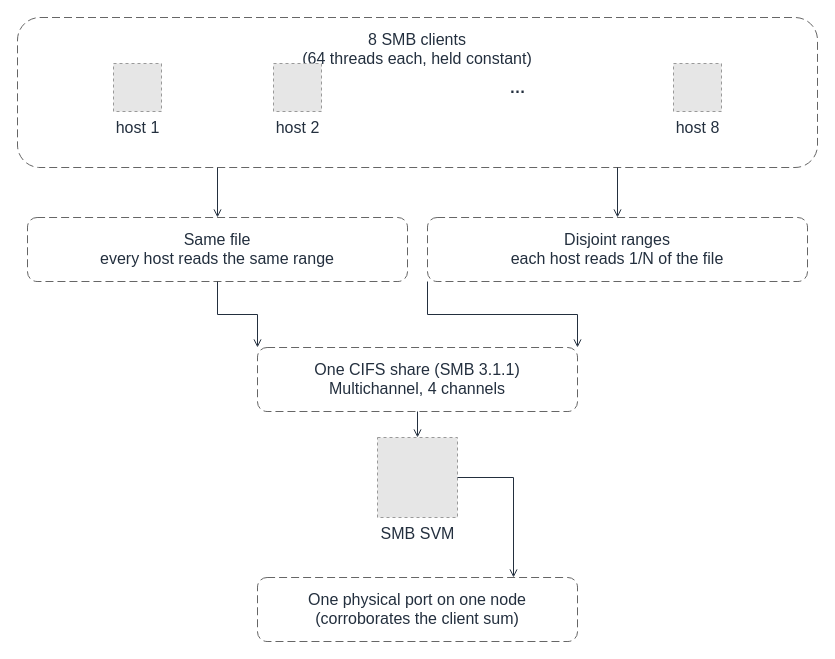
Yoshiki0705/S3-Burst-on-ONTAP-Files keeps this draw.io diagram as docs/_assets/diagrams/s3burst-host-count-en.drawio. Above is the earlier version. Source tidied: cells renumbered, new cells numbered last; positions are measured from the earlier drawing's top-left corner, leaving out a move shared by most shapes. Both pictures are drawn from the tidied source at 100%, with x=0, y=0 at pixel (17, 17). Pictures stored in the file or linked from it are replaced by grey dashed boxes.
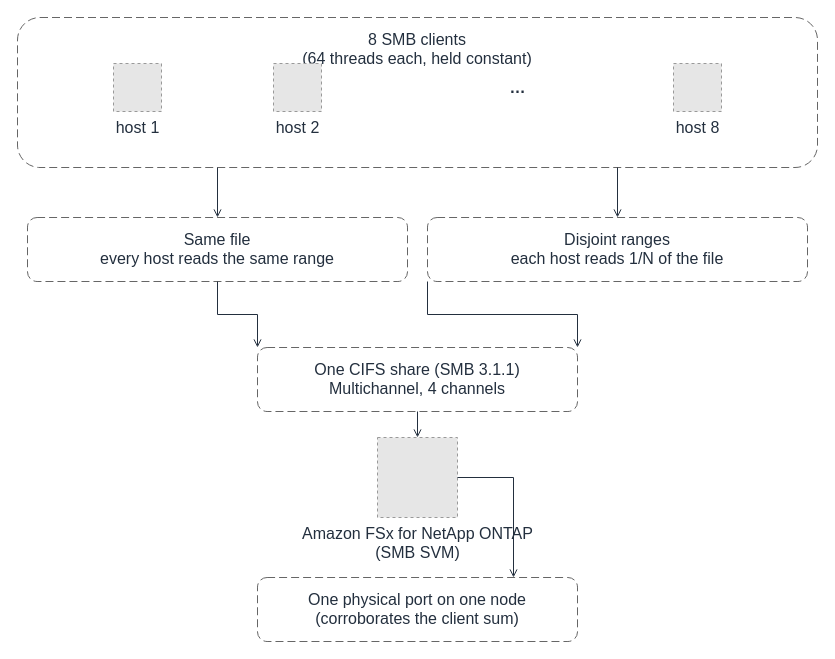
The same page after the edit.

Diff of the diagram source:
```diff
@@
 <mxGraphModel>
   <root>
     <mxCell id="0" />
     <mxCell id="1" parent="0" />
     <mxCell id="2" value="8 SMB clients&#10;(64 threads each, held constant)" style="rounded=1;whiteSpace=wrap;html=1;dashed=1;dashPattern=8 4;strokeColor=#666666;fillColor=none;fontColor=#232F3E;fontSize=16;verticalAlign=top;align=center;spacingTop=6;" parent="1" vertex="1">
       <mxGeometry width="800" height="150" as="geometry" />
     </mxCell>
     <mxCell id="3" value="Same file&#10;every host reads the same range" style="rounded=1;whiteSpace=wrap;html=1;dashed=1;dashPattern=8 4;strokeColor=#666666;fillColor=none;fontColor=#232F3E;fontSize=16;verticalAlign=top;align=center;spacingTop=6;" parent="1" vertex="1">
       <mxGeometry x="10" y="200" width="380" height="64" as="geometry" />
     </mxCell>
     <mxCell id="4" value="Disjoint ranges&#10;each host reads 1/N of the file" style="rounded=1;whiteSpace=wrap;html=1;dashed=1;dashPattern=8 4;strokeColor=#666666;fillColor=none;fontColor=#232F3E;fontSize=16;verticalAlign=top;align=center;spacingTop=6;" parent="1" vertex="1">
       <mxGeometry x="410" y="200" width="380" height="64" as="geometry" />
     </mxCell>
     <mxCell id="5" value="One CIFS share (SMB 3.1.1)&#10;Multichannel, 4 channels" style="rounded=1;whiteSpace=wrap;html=1;dashed=1;dashPattern=8 4;strokeColor=#666666;fillColor=none;fontColor=#232F3E;fontSize=16;verticalAlign=top;align=center;spacingTop=6;" parent="1" vertex="1">
       <mxGeometry x="240" y="330" width="320" height="64" as="geometry" />
     </mxCell>
     <mxCell id="6" value="One physical port on one node&#10;(corroborates the client sum)" style="rounded=1;whiteSpace=wrap;html=1;dashed=1;dashPattern=8 4;strokeColor=#666666;fillColor=none;fontColor=#232F3E;fontSize=16;verticalAlign=top;align=center;spacingTop=6;" parent="1" vertex="1">
       <mxGeometry x="240" y="560" width="320" height="64" as="geometry" />
     </mxCell>
     <mxCell id="7" value="…" style="text;html=1;strokeColor=none;fillColor=none;align=center;verticalAlign=middle;fontSize=16;fontStyle=1;fontColor=#232F3E;" parent="1" vertex="1">
       <mxGeometry x="440" y="52" width="120" height="36" as="geometry" />
     </mxCell>
     <mxCell id="8" value="host 1" style="fillColor=#E6E6E6;strokeColor=#999999;dashed=1;html=1;verticalLabelPosition=bottom;verticalAlign=top;labelPosition=center;align=center;fontSize=16;fontColor=#232F3E;" parent="1" vertex="1">
       <mxGeometry x="96" y="46" width="48" height="48" as="geometry" />
     </mxCell>
     <mxCell id="9" value="host 2" style="fillColor=#E6E6E6;strokeColor=#999999;dashed=1;html=1;verticalLabelPosition=bottom;verticalAlign=top;labelPosition=center;align=center;fontSize=16;fontColor=#232F3E;" parent="1" vertex="1">
       <mxGeometry x="256" y="46" width="48" height="48" as="geometry" />
     </mxCell>
     <mxCell id="10" value="host 8" style="fillColor=#E6E6E6;strokeColor=#999999;dashed=1;html=1;verticalLabelPosition=bottom;verticalAlign=top;labelPosition=center;align=center;fontSize=16;fontColor=#232F3E;" parent="1" vertex="1">
       <mxGeometry x="656" y="46" width="48" height="48" as="geometry" />
     </mxCell>
-    <mxCell id="11" value="SMB SVM" style="fillColor=#E6E6E6;strokeColor=#999999;dashed=1;html=1;verticalLabelPosition=bottom;verticalAlign=top;labelPosition=center;align=center;fontSize=16;fontColor=#232F3E;" parent="1" vertex="1">
+    <mxCell id="11" value="Amazon FSx for NetApp ONTAP&#10;(SMB SVM)" style="fillColor=#E6E6E6;strokeColor=#999999;dashed=1;html=1;verticalLabelPosition=bottom;verticalAlign=top;labelPosition=center;align=center;fontSize=16;fontColor=#232F3E;" parent="1" vertex="1">
       <mxGeometry x="360" y="420" width="80" height="80" as="geometry" />
     </mxCell>
     <mxCell id="12" style="edgeStyle=orthogonalEdgeStyle;rounded=0;html=1;endArrow=open;endFill=0;strokeColor=#232F3E;strokeWidth=1;fontSize=16;fontColor=#232F3E;exitX=0.25;exitY=1.0;exitDx=0;exitDy=0;entryX=0.5;entryY=0.0;entryDx=0;entryDy=0;" parent="1" edge="1" source="2" target="3">
       <mxGeometry relative="1" as="geometry" />
     </mxCell>
     <mxCell id="13" style="edgeStyle=orthogonalEdgeStyle;rounded=0;html=1;endArrow=open;endFill=0;strokeColor=#232F3E;strokeWidth=1;fontSize=16;fontColor=#232F3E;exitX=0.75;exitY=1.0;exitDx=0;exitDy=0;entryX=0.5;entryY=0.0;entryDx=0;entryDy=0;" parent="1" edge="1" source="2" target="4">
       <mxGeometry relative="1" as="geometry" />
     </mxCell>
     <mxCell id="14" style="edgeStyle=orthogonalEdgeStyle;rounded=0;html=1;endArrow=open;endFill=0;strokeColor=#232F3E;strokeWidth=1;fontSize=16;fontColor=#232F3E;exitX=0.5;exitY=1.0;exitDx=0;exitDy=0;entryX=0.0;entryY=0.0;entryDx=0;entryDy=0;" parent="1" edge="1" source="3" target="5">
       <mxGeometry relative="1" as="geometry" />
     </mxCell>
     <mxCell id="15" style="edgeStyle=orthogonalEdgeStyle;rounded=0;html=1;endArrow=open;endFill=0;strokeColor=#232F3E;strokeWidth=1;fontSize=16;fontColor=#232F3E;exitX=0.0;exitY=1.0;exitDx=0;exitDy=0;entryX=1.0;entryY=0.0;entryDx=0;entryDy=0;" parent="1" edge="1" source="4" target="5">
       <mxGeometry relative="1" as="geometry" />
     </mxCell>
     <mxCell id="16" style="edgeStyle=orthogonalEdgeStyle;rounded=0;html=1;endArrow=open;endFill=0;strokeColor=#232F3E;strokeWidth=1;fontSize=16;fontColor=#232F3E;" parent="1" edge="1" source="5" target="11">
       <mxGeometry relative="1" as="geometry" />
     </mxCell>
     <mxCell id="17" style="edgeStyle=orthogonalEdgeStyle;rounded=0;html=1;endArrow=open;endFill=0;strokeColor=#232F3E;strokeWidth=1;fontSize=16;fontColor=#232F3E;exitX=1.0;exitY=0.5;exitDx=0;exitDy=0;entryX=0.8;entryY=0.0;entryDx=0;entryDy=0;" parent="1" edge="1" source="11" target="6">
       <mxGeometry relative="1" as="geometry" />
     </mxCell>
   </root>
 </mxGraphModel>
```
